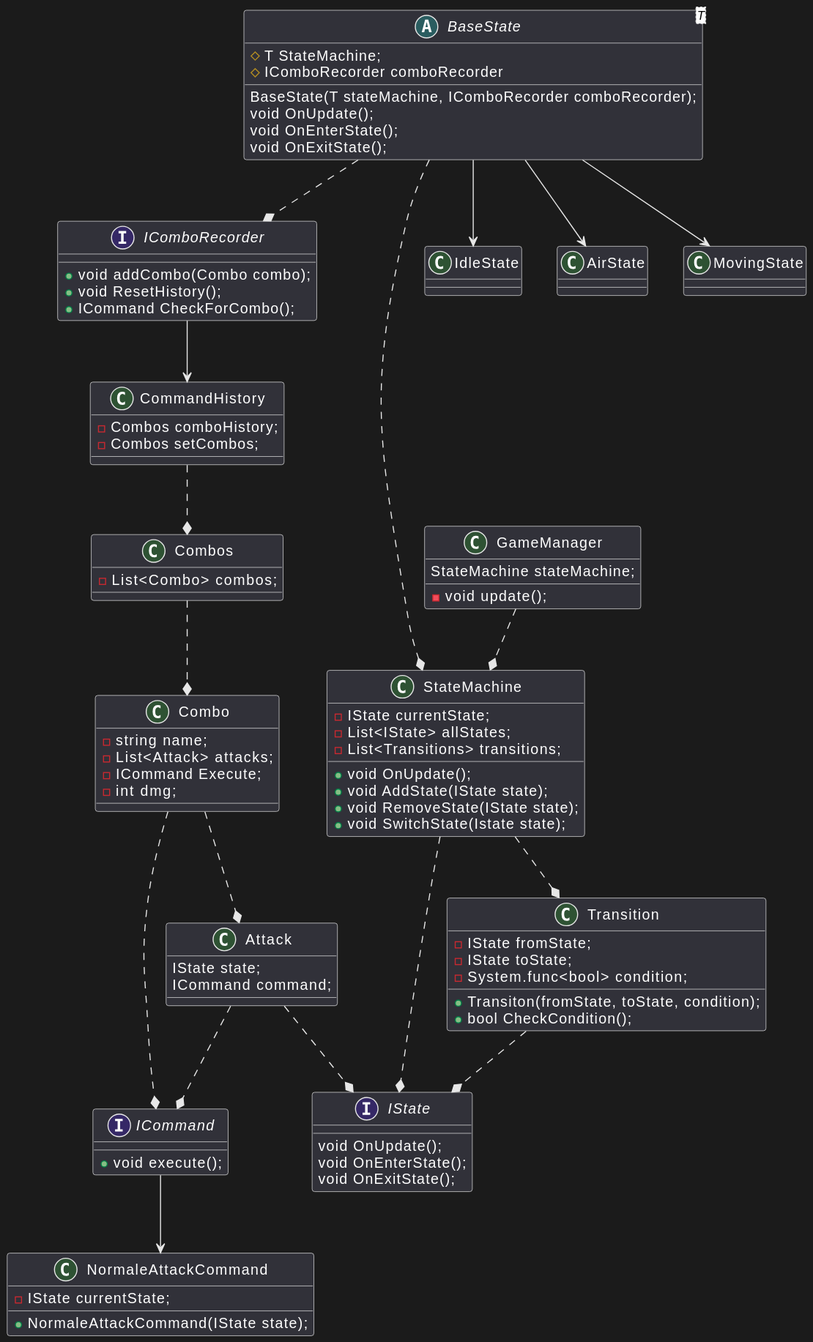
Above: UMLComboSystem.svg in DaBu-Games/ComboSystem (PlantUML), before the change.
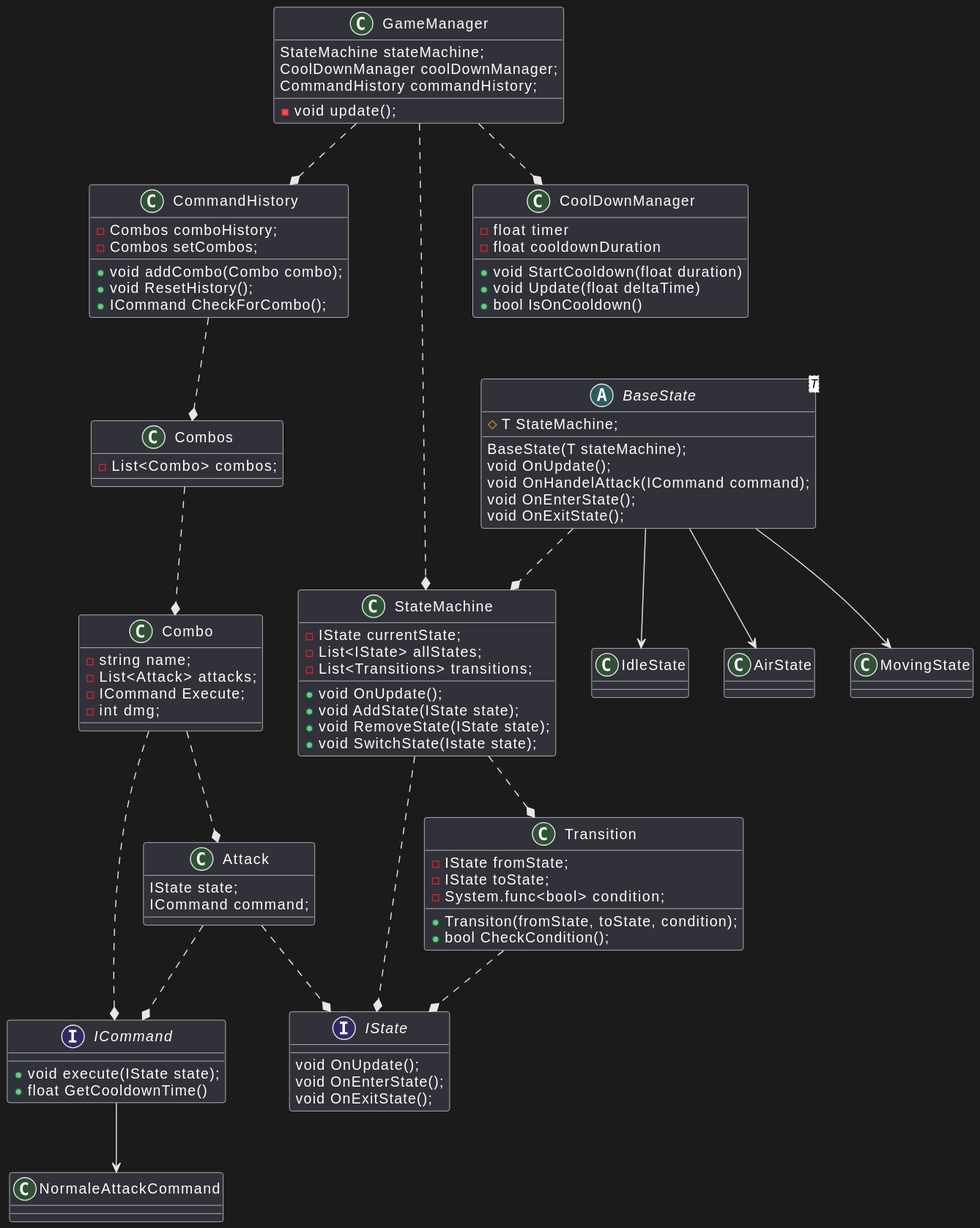
The same diagram one commit later.

Commit message:
changed the uml to add a cooldown manager

Diff of the diagram source:
```diff
@@ -1,26 +1,21 @@
 @startuml
 interface ICommand
 {
-+void execute();
-}
-
-interface IComboRecorder
-{
-+ void addCombo(Combo combo);
-+ void ResetHistory();
-+ ICommand CheckForCombo();
++void execute(IState state);
++float GetCooldownTime()
 }
 
 class CommandHistory
 {
 -Combos comboHistory;
 -Combos setCombos;
++ void addCombo(Combo combo);
++ void ResetHistory();
++ ICommand CheckForCombo();
 }
 
 class NormaleAttackCommand
 {
--IState currentState;
-+NormaleAttackCommand(IState state);
 }
 
 class Combos
@@ -56,9 +51,9 @@
 abstract BaseState<T>
 {
 # T StateMachine;
-# IComboRecorder comboRecorder
-BaseState(T stateMachine, IComboRecorder comboRecorder);
+BaseState(T stateMachine);
 void OnUpdate();
+void OnHandelAttack(ICommand command);
 void OnEnterState();
 void OnExitState();
 }
@@ -79,9 +74,19 @@
 + bool CheckCondition();
 }
 
+class CoolDownManager {
+    -float timer
+    -float cooldownDuration
+    +void StartCooldown(float duration)
+    +void Update(float deltaTime)
+    +bool IsOnCooldown()
+}
+
 class GameManager
 {
 StateMachine stateMachine;
+CoolDownManager coolDownManager;
+CommandHistory commandHistory;
 - void update();
 }
 
@@ -103,9 +108,9 @@
 GameManager ..* StateMachine
 ICommand --> NormaleAttackCommand
 CommandHistory ..* Combos
-IComboRecorder --> CommandHistory
 BaseState ..* StateMachine
-BaseState ..* IComboRecorder
+GameManager ..* CommandHistory
+GameManager ..* CoolDownManager
 Combos ..* Combo
 Combo ..* ICommand
 Combo ..* Attack
```
